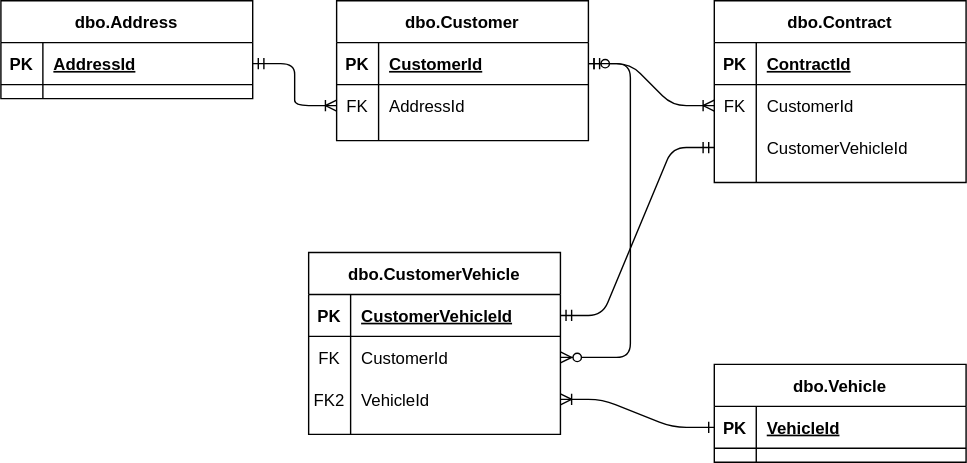
Earlier version of the draw.io export Docs/Diagrams/DatabaseERD.drawio.svg (ProtectMyCar/DM-Interview). Source tidied: cells renumbered, new cells last; positions are measured from the earlier drawing's top-left corner, leaving out a move shared by most shapes.
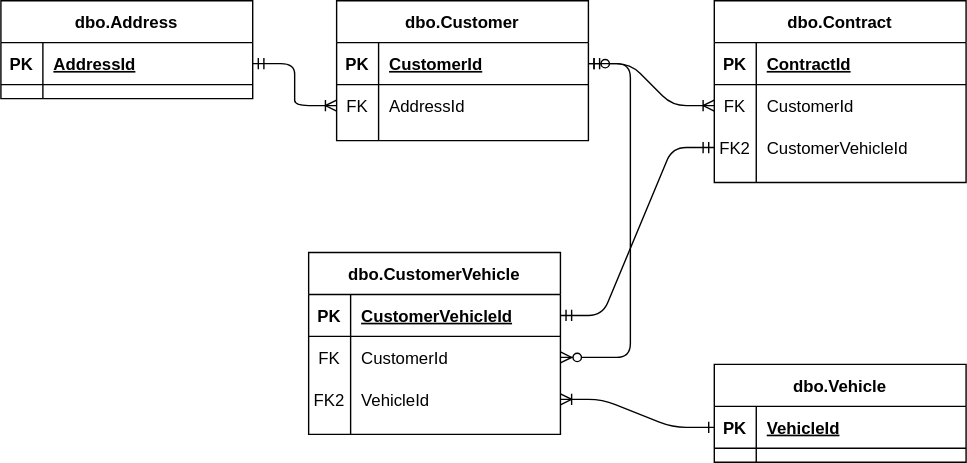
Above is the later version.

Commit message:
Update database diagram

The edit, as a diff of the source:
```diff
@@ -59,7 +59,7 @@
     <mxCell id="20" style="shape=partialRectangle;fillColor=none;top=0;left=0;bottom=0;right=0;points=[[0,0.5],[1,0.5]];portConstraint=eastwest;" parent="13" vertex="1">
       <mxGeometry y="90" width="180" height="30" as="geometry" />
     </mxCell>
-    <mxCell id="21" style="shape=partialRectangle;fillColor=none;top=0;left=0;bottom=0;right=0;overflow=hidden;" parent="20" vertex="1">
+    <mxCell id="21" value="FK2" style="shape=partialRectangle;fillColor=none;top=0;left=0;bottom=0;right=0;overflow=hidden;" parent="20" vertex="1">
       <mxGeometry width="30" height="30" as="geometry" />
     </mxCell>
     <mxCell id="22" value="CustomerVehicleId" style="shape=partialRectangle;fillColor=none;top=0;left=0;bottom=0;right=0;align=left;spacingLeft=6;overflow=hidden;" parent="20" vertex="1">
```
